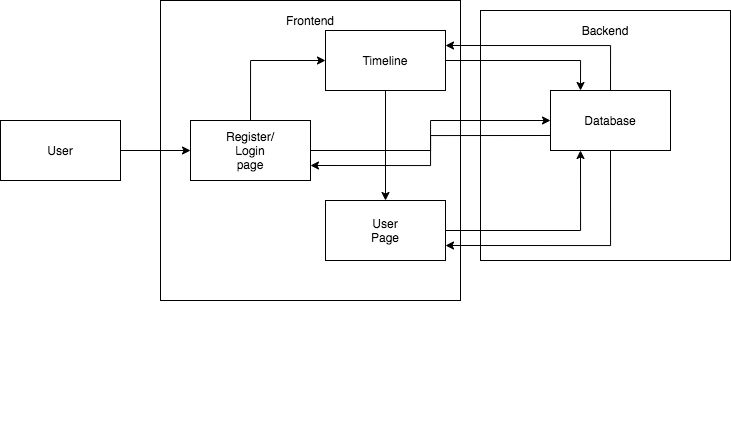
Before: SOEN341_Block_Diagram.png, a diagram exported from draw.io (gfdb/SOEN341). Source tidied: cells renumbered, new cells last; positions are measured from the earlier drawing's top-left corner, leaving out a move shared by most shapes.
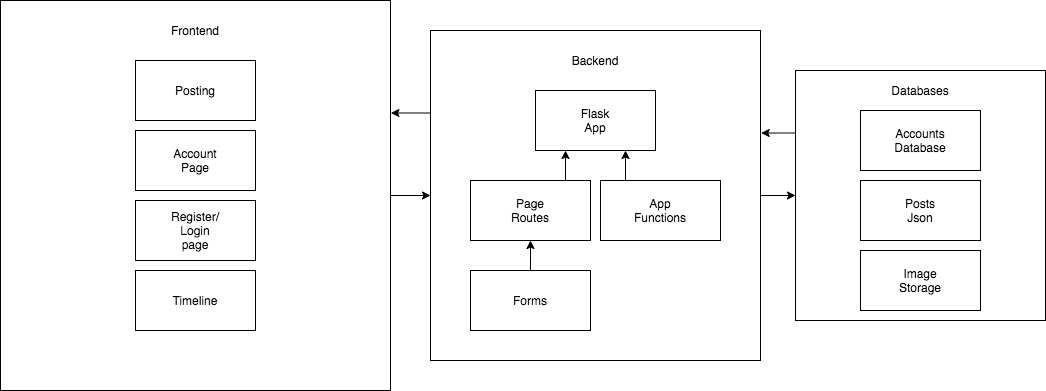
The same diagram one commit later.

What changed in the source:
```diff
@@ -2,95 +2,163 @@
   <root>
     <mxCell id="0" />
     <mxCell id="1" parent="0" />
-    <mxCell id="2" style="whiteSpace=wrap;html=1;" parent="1" vertex="1">
-      <mxGeometry x="160" width="300" height="300" as="geometry" />
-    </mxCell>
+    <mxCell id="21" style="group;" parent="1" vertex="1">
+      <mxGeometry y="120" width="310" height="300" as="geometry" />
+    </mxCell>
+    <mxCell id="32" style="group;" parent="1" vertex="1">
+      <mxGeometry x="-400" y="30" width="390" height="390" as="geometry" />
+    </mxCell>
+    <mxCell id="33" style="whiteSpace=wrap;html=1;" parent="32" vertex="1">
+      <mxGeometry width="390" height="390" as="geometry" />
+    </mxCell>
+    <mxCell id="22" value="Frontend" style="text;html=1;strokeColor=none;fillColor=none;align=center;verticalAlign=middle;whiteSpace=wrap;rounded=0;" parent="32" vertex="1">
+      <mxGeometry x="175" y="20" width="40" height="20" as="geometry" />
+    </mxCell>
-    <mxCell id="3" style="group;" parent="1" vertex="1">
-      <mxGeometry y="120" width="120" height="60" as="geometry" />
+    <mxCell id="3" style="group;" parent="32" vertex="1">
+      <mxGeometry x="135" y="60" width="120" height="60" as="geometry" />
     </mxCell>
     <mxCell id="4" style="rounded=0;whiteSpace=wrap;html=1;" parent="3" vertex="1">
       <mxGeometry width="120" height="60" as="geometry" />
     </mxCell>
-    <mxCell id="5" value="User" style="text;html=1;strokeColor=none;fillColor=none;align=center;verticalAlign=middle;whiteSpace=wrap;rounded=0;" parent="3" vertex="1">
+    <mxCell id="5" value="Posting" style="text;html=1;strokeColor=none;fillColor=none;align=center;verticalAlign=middle;whiteSpace=wrap;rounded=0;" parent="3" vertex="1">
       <mxGeometry x="40" y="20" width="40" height="20" as="geometry" />
     </mxCell>
-    <mxCell id="6" style="group;" parent="1" vertex="1">
-      <mxGeometry x="325" y="30" width="120" height="60" as="geometry" />
-    </mxCell>
+    <mxCell id="34" style="group;" parent="32" vertex="1">
+      <mxGeometry x="135" y="130" width="120" height="60" as="geometry" />
+    </mxCell>
+    <mxCell id="16" style="rounded=0;whiteSpace=wrap;html=1;" parent="34" vertex="1">
+      <mxGeometry width="120" height="60" as="geometry" />
+    </mxCell>
+    <mxCell id="17" value="Account&lt;br&gt;Page" style="text;html=1;strokeColor=none;fillColor=none;align=center;verticalAlign=middle;whiteSpace=wrap;rounded=0;" parent="34" vertex="1">
+      <mxGeometry x="40" y="20" width="40" height="20" as="geometry" />
+    </mxCell>
+    <mxCell id="35" style="group;" parent="32" vertex="1">
+      <mxGeometry x="135" y="200" width="120" height="60" as="geometry" />
+    </mxCell>
+    <mxCell id="19" style="rounded=0;whiteSpace=wrap;html=1;" parent="35" vertex="1">
+      <mxGeometry width="120" height="60" as="geometry" />
+    </mxCell>
+    <mxCell id="20" value="Register/ Login page" style="text;html=1;strokeColor=none;fillColor=none;align=center;verticalAlign=middle;whiteSpace=wrap;rounded=0;" parent="35" vertex="1">
+      <mxGeometry x="40" y="20" width="40" height="20" as="geometry" />
+    </mxCell>
+    <mxCell id="36" style="group;" parent="32" vertex="1">
+      <mxGeometry x="135" y="270" width="120" height="60" as="geometry" />
+    </mxCell>
-    <mxCell id="7" style="rounded=0;whiteSpace=wrap;html=1;" parent="6" vertex="1">
+    <mxCell id="7" style="rounded=0;whiteSpace=wrap;html=1;" parent="36" vertex="1">
       <mxGeometry width="120" height="60" as="geometry" />
     </mxCell>
+    <mxCell id="37" style="group;" parent="36" vertex="1">
+      <mxGeometry width="120" height="60" as="geometry" />
+    </mxCell>
-    <mxCell id="8" value="Timeline" style="text;html=1;strokeColor=none;fillColor=none;align=center;verticalAlign=middle;whiteSpace=wrap;rounded=0;" parent="6" vertex="1">
+    <mxCell id="8" value="Timeline" style="text;html=1;strokeColor=none;fillColor=none;align=center;verticalAlign=middle;whiteSpace=wrap;rounded=0;" parent="37" vertex="1">
       <mxGeometry x="40" y="20" width="40" height="20" as="geometry" />
     </mxCell>
+    <mxCell id="38" style="group;" parent="1" vertex="1">
+      <mxGeometry x="460" y="140" width="185" height="210" as="geometry" />
+    </mxCell>
+    <mxCell id="39" style="group;" parent="38" vertex="1">
+      <mxGeometry width="185" height="210" as="geometry" />
+    </mxCell>
-    <mxCell id="9" style="group;" parent="1" vertex="1">
-      <mxGeometry x="480" y="10" width="250" height="250" as="geometry" />
+    <mxCell id="9" style="group;" parent="39" vertex="1">
+      <mxGeometry x="-65" y="-40" width="250" height="250" as="geometry" />
     </mxCell>
     <mxCell id="10" style="whiteSpace=wrap;html=1;" parent="9" vertex="1">
       <mxGeometry width="250" height="250" as="geometry" />
     </mxCell>
-    <mxCell id="11" value="Backend" style="text;html=1;strokeColor=none;fillColor=none;align=center;verticalAlign=middle;whiteSpace=wrap;rounded=0;" parent="9" vertex="1">
+    <mxCell id="11" value="Databases" style="text;html=1;strokeColor=none;fillColor=none;align=center;verticalAlign=middle;whiteSpace=wrap;rounded=0;" parent="9" vertex="1">
       <mxGeometry x="105" y="10" width="40" height="20" as="geometry" />
     </mxCell>
-    <mxCell id="12" style="group;" parent="9" vertex="1">
-      <mxGeometry x="70" y="80" width="120" height="60" as="geometry" />
-    </mxCell>
+    <mxCell id="40" style="group;" parent="9" vertex="1">
+      <mxGeometry x="65" y="110" width="120" height="60" as="geometry" />
+    </mxCell>
+    <mxCell id="41" style="rounded=0;whiteSpace=wrap;html=1;" parent="40" vertex="1">
+      <mxGeometry width="120" height="60" as="geometry" />
+    </mxCell>
+    <mxCell id="42" value="Posts Json" style="text;html=1;strokeColor=none;fillColor=none;align=center;verticalAlign=middle;whiteSpace=wrap;rounded=0;" parent="40" vertex="1">
+      <mxGeometry x="40" y="20" width="40" height="20" as="geometry" />
+    </mxCell>
+    <mxCell id="43" style="group;" parent="9" vertex="1">
+      <mxGeometry x="65" y="180" width="120" height="60" as="geometry" />
+    </mxCell>
+    <mxCell id="44" style="rounded=0;whiteSpace=wrap;html=1;" parent="43" vertex="1">
+      <mxGeometry width="120" height="60" as="geometry" />
+    </mxCell>
+    <mxCell id="45" value="Image&lt;br&gt;Storage" style="text;html=1;strokeColor=none;fillColor=none;align=center;verticalAlign=middle;whiteSpace=wrap;rounded=0;" parent="43" vertex="1">
+      <mxGeometry x="40" y="20" width="40" height="20" as="geometry" />
+    </mxCell>
-    <mxCell id="13" style="rounded=0;whiteSpace=wrap;html=1;" parent="12" vertex="1">
+    <mxCell id="13" style="rounded=0;whiteSpace=wrap;html=1;" parent="39" vertex="1">
       <mxGeometry width="120" height="60" as="geometry" />
     </mxCell>
-    <mxCell id="14" value="Database" style="text;html=1;strokeColor=none;fillColor=none;align=center;verticalAlign=middle;whiteSpace=wrap;rounded=0;" parent="12" vertex="1">
+    <mxCell id="14" value="Accounts&lt;br&gt;Database" style="text;html=1;strokeColor=none;fillColor=none;align=center;verticalAlign=middle;whiteSpace=wrap;rounded=0;" parent="39" vertex="1">
       <mxGeometry x="40" y="20" width="40" height="20" as="geometry" />
     </mxCell>
-    <mxCell id="15" style="group;" parent="1" vertex="1">
-      <mxGeometry x="325" y="200" width="120" height="60" as="geometry" />
-    </mxCell>
-    <mxCell id="16" style="rounded=0;whiteSpace=wrap;html=1;" parent="15" vertex="1">
-      <mxGeometry width="120" height="60" as="geometry" />
-    </mxCell>
-    <mxCell id="17" value="User Page" style="text;html=1;strokeColor=none;fillColor=none;align=center;verticalAlign=middle;whiteSpace=wrap;rounded=0;" parent="15" vertex="1">
-      <mxGeometry x="40" y="20" width="40" height="20" as="geometry" />
-    </mxCell>
-    <mxCell id="18" style="group;" parent="1" vertex="1">
-      <mxGeometry x="190" y="120" width="120" height="60" as="geometry" />
-    </mxCell>
-    <mxCell id="19" style="rounded=0;whiteSpace=wrap;html=1;" parent="18" vertex="1">
-      <mxGeometry width="120" height="60" as="geometry" />
-    </mxCell>
-    <mxCell id="20" value="Register/ Login page" style="text;html=1;strokeColor=none;fillColor=none;align=center;verticalAlign=middle;whiteSpace=wrap;rounded=0;" parent="18" vertex="1">
-      <mxGeometry x="40" y="20" width="40" height="20" as="geometry" />
-    </mxCell>
-    <mxCell id="21" style="group;" parent="1" vertex="1">
-      <mxGeometry y="120" width="310" height="300" as="geometry" />
-    </mxCell>
-    <mxCell id="22" value="Frontend" style="text;html=1;strokeColor=none;fillColor=none;align=center;verticalAlign=middle;whiteSpace=wrap;rounded=0;" parent="1" vertex="1">
-      <mxGeometry x="290" y="10" width="40" height="20" as="geometry" />
-    </mxCell>
-    <mxCell id="23" style="edgeStyle=orthogonalEdgeStyle;rounded=0;jettySize=auto;html=1;exitX=1;exitY=0.5;exitDx=0;exitDy=0;entryX=0.25;entryY=0;entryDx=0;entryDy=0;" parent="1" edge="1" source="7" target="13">
-      <mxGeometry relative="1" as="geometry" />
-    </mxCell>
-    <mxCell id="24" style="edgeStyle=orthogonalEdgeStyle;rounded=0;jettySize=auto;html=1;exitX=1;exitY=0.5;exitDx=0;exitDy=0;entryX=0.25;entryY=1;entryDx=0;entryDy=0;" parent="1" edge="1" source="16" target="13">
-      <mxGeometry relative="1" as="geometry" />
-    </mxCell>
-    <mxCell id="25" style="edgeStyle=orthogonalEdgeStyle;rounded=0;jettySize=auto;html=1;exitX=1;exitY=0.5;exitDx=0;exitDy=0;entryX=0;entryY=0.5;entryDx=0;entryDy=0;" parent="1" edge="1" source="19" target="13">
-      <mxGeometry relative="1" as="geometry" />
-    </mxCell>
-    <mxCell id="26" style="edgeStyle=orthogonalEdgeStyle;rounded=0;jettySize=auto;html=1;exitX=1;exitY=0.5;exitDx=0;exitDy=0;entryX=0;entryY=0.5;entryDx=0;entryDy=0;" parent="1" edge="1" source="4" target="19">
-      <mxGeometry relative="1" as="geometry" />
-    </mxCell>
-    <mxCell id="27" style="edgeStyle=orthogonalEdgeStyle;rounded=0;jettySize=auto;html=1;exitX=0.5;exitY=0;exitDx=0;exitDy=0;entryX=0;entryY=0.5;entryDx=0;entryDy=0;" parent="1" edge="1" source="19" target="7">
-      <mxGeometry relative="1" as="geometry" />
-    </mxCell>
-    <mxCell id="28" style="edgeStyle=orthogonalEdgeStyle;rounded=0;jettySize=auto;html=1;exitX=0.5;exitY=1;exitDx=0;exitDy=0;entryX=0.5;entryY=0;entryDx=0;entryDy=0;" parent="1" edge="1" source="7" target="16">
-      <mxGeometry relative="1" as="geometry" />
-    </mxCell>
-    <mxCell id="29" style="edgeStyle=orthogonalEdgeStyle;rounded=0;jettySize=auto;html=1;exitX=0.5;exitY=1;exitDx=0;exitDy=0;entryX=1;entryY=0.75;entryDx=0;entryDy=0;" parent="1" edge="1" source="13" target="16">
-      <mxGeometry relative="1" as="geometry" />
-    </mxCell>
-    <mxCell id="30" style="edgeStyle=orthogonalEdgeStyle;rounded=0;jettySize=auto;html=1;exitX=0.5;exitY=0;exitDx=0;exitDy=0;entryX=1;entryY=0.25;entryDx=0;entryDy=0;" parent="1" edge="1" source="13" target="7">
-      <mxGeometry relative="1" as="geometry" />
-    </mxCell>
-    <mxCell id="31" style="edgeStyle=orthogonalEdgeStyle;rounded=0;jettySize=auto;html=1;exitX=0;exitY=0.75;exitDx=0;exitDy=0;entryX=1;entryY=0.75;entryDx=0;entryDy=0;" parent="1" edge="1" source="13" target="19">
-      <mxGeometry relative="1" as="geometry" />
-    </mxCell>
+    <mxCell id="46" style="group;" parent="1" vertex="1">
+      <mxGeometry x="30" y="60" width="330" height="330" as="geometry" />
+    </mxCell>
+    <mxCell id="47" style="whiteSpace=wrap;html=1;" parent="46" vertex="1">
+      <mxGeometry width="330" height="330" as="geometry" />
+    </mxCell>
+    <mxCell id="48" value="Backend" style="text;html=1;strokeColor=none;fillColor=none;align=center;verticalAlign=middle;whiteSpace=wrap;rounded=0;" parent="46" vertex="1">
+      <mxGeometry x="145" y="20" width="40" height="20" as="geometry" />
+    </mxCell>
+    <mxCell id="49" style="group;" parent="46" vertex="1">
+      <mxGeometry x="105" y="60" width="120" height="60" as="geometry" />
+    </mxCell>
+    <mxCell id="50" style="rounded=0;whiteSpace=wrap;html=1;fontStyle=0;" parent="49" vertex="1">
+      <mxGeometry width="120" height="60" as="geometry" />
+    </mxCell>
+    <mxCell id="51" value="Flask App" style="text;html=1;strokeColor=none;fillColor=none;align=center;verticalAlign=middle;whiteSpace=wrap;rounded=0;fontStyle=0;" parent="49" vertex="1">
+      <mxGeometry x="40" y="20" width="40" height="20" as="geometry" />
+    </mxCell>
+    <mxCell id="52" style="edgeStyle=orthogonalEdgeStyle;rounded=0;jettySize=auto;html=1;exitX=1;exitY=0;exitDx=0;exitDy=0;entryX=0.25;entryY=1;entryDx=0;entryDy=0;" parent="46" edge="1" source="58" target="50">
+      <mxGeometry relative="1" as="geometry" />
+    </mxCell>
+    <mxCell id="53" style="group;" parent="46" vertex="1">
+      <mxGeometry x="170" y="150" width="120" height="60" as="geometry" />
+    </mxCell>
+    <mxCell id="54" style="rounded=0;whiteSpace=wrap;html=1;fontStyle=0;" parent="53" vertex="1">
+      <mxGeometry width="120" height="60" as="geometry" />
+    </mxCell>
+    <mxCell id="55" value="App&lt;br&gt;Functions" style="text;html=1;strokeColor=none;fillColor=none;align=center;verticalAlign=middle;whiteSpace=wrap;rounded=0;fontStyle=0;" parent="53" vertex="1">
+      <mxGeometry x="40" y="20" width="40" height="20" as="geometry" />
+    </mxCell>
+    <mxCell id="56" style="edgeStyle=orthogonalEdgeStyle;rounded=0;jettySize=auto;html=1;exitX=0.25;exitY=0;exitDx=0;exitDy=0;entryX=0.75;entryY=1;entryDx=0;entryDy=0;" parent="46" edge="1" source="54" target="50">
+      <mxGeometry relative="1" as="geometry" />
+    </mxCell>
+    <mxCell id="57" style="group;" parent="46" vertex="1">
+      <mxGeometry x="40" y="150" width="120" height="60" as="geometry" />
+    </mxCell>
+    <mxCell id="58" style="rounded=0;whiteSpace=wrap;html=1;" parent="57" vertex="1">
+      <mxGeometry width="120" height="60" as="geometry" />
+    </mxCell>
+    <mxCell id="59" value="Page Routes" style="text;html=1;strokeColor=none;fillColor=none;align=center;verticalAlign=middle;whiteSpace=wrap;rounded=0;" parent="57" vertex="1">
+      <mxGeometry x="40" y="20" width="40" height="20" as="geometry" />
+    </mxCell>
+    <mxCell id="60" style="group;" parent="46" vertex="1">
+      <mxGeometry x="40" y="240" width="120" height="60" as="geometry" />
+    </mxCell>
+    <mxCell id="61" style="rounded=0;whiteSpace=wrap;html=1;" parent="60" vertex="1">
+      <mxGeometry width="120" height="60" as="geometry" />
+    </mxCell>
+    <mxCell id="62" value="Forms" style="text;html=1;strokeColor=none;fillColor=none;align=center;verticalAlign=middle;whiteSpace=wrap;rounded=0;" parent="60" vertex="1">
+      <mxGeometry x="40" y="20" width="40" height="20" as="geometry" />
+    </mxCell>
+    <mxCell id="63" style="edgeStyle=orthogonalEdgeStyle;rounded=0;jettySize=auto;html=1;exitX=0.5;exitY=0;exitDx=0;exitDy=0;entryX=0.5;entryY=1;entryDx=0;entryDy=0;" parent="46" edge="1" source="61" target="58">
+      <mxGeometry relative="1" as="geometry" />
+    </mxCell>
+    <mxCell id="64" style="edgeStyle=orthogonalEdgeStyle;rounded=0;jettySize=auto;html=1;exitX=1;exitY=0.5;exitDx=0;exitDy=0;" parent="1" edge="1" source="33">
+      <mxGeometry relative="1" as="geometry">
+        <mxPoint x="30" y="225" as="targetPoint" />
+      </mxGeometry>
+    </mxCell>
+    <mxCell id="65" style="edgeStyle=orthogonalEdgeStyle;rounded=0;jettySize=auto;html=1;exitX=1;exitY=0.5;exitDx=0;exitDy=0;entryX=0;entryY=0.5;entryDx=0;entryDy=0;" parent="1" edge="1" source="47" target="10">
+      <mxGeometry relative="1" as="geometry" />
+    </mxCell>
+    <mxCell id="66" style="edgeStyle=orthogonalEdgeStyle;rounded=0;jettySize=auto;html=1;exitX=0;exitY=0.25;exitDx=0;exitDy=0;entryX=1.002;entryY=0.312;entryDx=0;entryDy=0;entryPerimeter=0;" parent="1" edge="1" source="10" target="47">
+      <mxGeometry relative="1" as="geometry" />
+    </mxCell>
+    <mxCell id="67" style="edgeStyle=orthogonalEdgeStyle;rounded=0;jettySize=auto;html=1;exitX=0;exitY=0.25;exitDx=0;exitDy=0;entryX=1.001;entryY=0.29;entryDx=0;entryDy=0;entryPerimeter=0;" parent="1" edge="1" source="47" target="33">
+      <mxGeometry relative="1" as="geometry" />
+    </mxCell>
   </root>
 </mxGraphModel>
```
